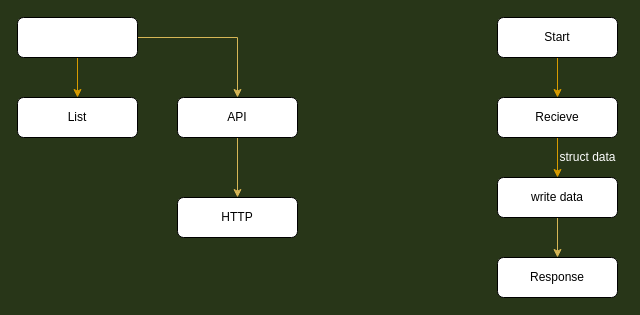
Before: Untitled Diagram.drawio in AntiSoundWorld/Server-Curl, a draw.io diagram. Source tidied: cells renumbered, new cells numbered last; positions are measured from the earlier drawing's top-left corner, leaving out a move shared by most shapes. Both pictures are drawn from the tidied source at 100%, with x=0, y=0 at pixel (17, -3).
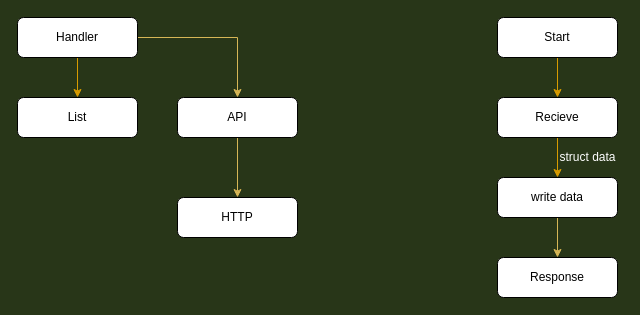
The same diagram, later.

What changed in the source:
```diff
@@
 <mxGraphModel background="#283618">
   <root>
     <mxCell id="0" />
     <mxCell id="1" parent="0" />
     <mxCell id="2" style="edgeStyle=orthogonalEdgeStyle;rounded=0;orthogonalLoop=1;jettySize=auto;html=1;" parent="1" edge="1">
       <mxGeometry relative="1" as="geometry">
         <mxPoint x="360" as="targetPoint" />
       </mxGeometry>
     </mxCell>
     <mxCell id="3" style="edgeStyle=orthogonalEdgeStyle;rounded=0;jettySize=auto;html=1;fillColor=#ffe6cc;strokeColor=#d79b00;" parent="1" edge="1" source="4" target="6">
       <mxGeometry relative="1" as="geometry" />
     </mxCell>
     <mxCell id="4" value="Start&lt;br&gt;" style="rounded=1;whiteSpace=wrap;html=1;" parent="1" vertex="1">
       <mxGeometry x="480" y="20" width="120" height="40" as="geometry" />
     </mxCell>
     <mxCell id="5" style="edgeStyle=orthogonalEdgeStyle;rounded=0;jettySize=auto;html=1;fillColor=#ffe6cc;strokeColor=#d79b00;" parent="1" edge="1" source="6" target="8">
       <mxGeometry relative="1" as="geometry" />
     </mxCell>
     <mxCell id="6" value="Recieve" style="rounded=1;whiteSpace=wrap;html=1;" parent="1" vertex="1">
       <mxGeometry x="480" y="100" width="120" height="40" as="geometry" />
     </mxCell>
     <mxCell id="7" style="edgeStyle=orthogonalEdgeStyle;rounded=0;jettySize=auto;html=1;fillColor=#fff2cc;strokeColor=#d6b656;" parent="1" edge="1" source="8" target="9">
       <mxGeometry relative="1" as="geometry" />
     </mxCell>
     <mxCell id="8" value="write data" style="rounded=1;whiteSpace=wrap;html=1;" parent="1" vertex="1">
       <mxGeometry x="480" y="180" width="120" height="40" as="geometry" />
     </mxCell>
     <mxCell id="9" value="Response" style="rounded=1;whiteSpace=wrap;html=1;" parent="1" vertex="1">
       <mxGeometry x="480" y="260" width="120" height="40" as="geometry" />
     </mxCell>
     <mxCell id="10" value="&lt;font color=&quot;#ffffff&quot;&gt;struct data&lt;/font&gt;" style="text;html=1;align=center;verticalAlign=middle;" parent="1" vertex="1">
       <mxGeometry x="535" y="150" width="70" height="20" as="geometry" />
     </mxCell>
     <mxCell id="11" style="edgeStyle=orthogonalEdgeStyle;rounded=0;jettySize=auto;html=1;" parent="1" edge="1" source="13" target="15">
       <mxGeometry relative="1" as="geometry" />
     </mxCell>
     <mxCell id="12" style="edgeStyle=orthogonalEdgeStyle;rounded=0;jettySize=auto;html=1;fillColor=#fff2cc;strokeColor=#d6b656;" parent="1" edge="1" source="13" target="15">
       <mxGeometry relative="1" as="geometry" />
     </mxCell>
     <mxCell id="13" value="API" style="rounded=1;whiteSpace=wrap;html=1;" parent="1" vertex="1">
       <mxGeometry x="160" y="100" width="120" height="40" as="geometry" />
     </mxCell>
     <mxCell id="14" value="List" style="rounded=1;whiteSpace=wrap;html=1;" parent="1" vertex="1">
       <mxGeometry y="100" width="120" height="40" as="geometry" />
     </mxCell>
     <mxCell id="15" value="HTTP" style="rounded=1;whiteSpace=wrap;html=1;" parent="1" vertex="1">
       <mxGeometry x="160" y="200" width="120" height="40" as="geometry" />
     </mxCell>
     <mxCell id="16" style="edgeStyle=orthogonalEdgeStyle;rounded=0;jettySize=auto;html=1;fillColor=#ffe6cc;strokeColor=#d79b00;" parent="1" edge="1" source="18" target="14">
       <mxGeometry relative="1" as="geometry" />
     </mxCell>
     <mxCell id="17" style="edgeStyle=orthogonalEdgeStyle;rounded=0;jettySize=auto;html=1;entryX=0.5;entryY=0;entryDx=0;entryDy=0;exitX=1;exitY=0.5;exitDx=0;exitDy=0;fillColor=#fff2cc;strokeColor=#d6b656;" parent="1" edge="1" source="18" target="13">
       <mxGeometry relative="1" as="geometry" />
     </mxCell>
-    <mxCell id="18" style="rounded=1;whiteSpace=wrap;html=1;" parent="1" vertex="1">
+    <mxCell id="18" value="Handler" style="rounded=1;whiteSpace=wrap;html=1;" parent="1" vertex="1">
       <mxGeometry y="20" width="120" height="40" as="geometry" />
     </mxCell>
   </root>
 </mxGraphModel>
```
